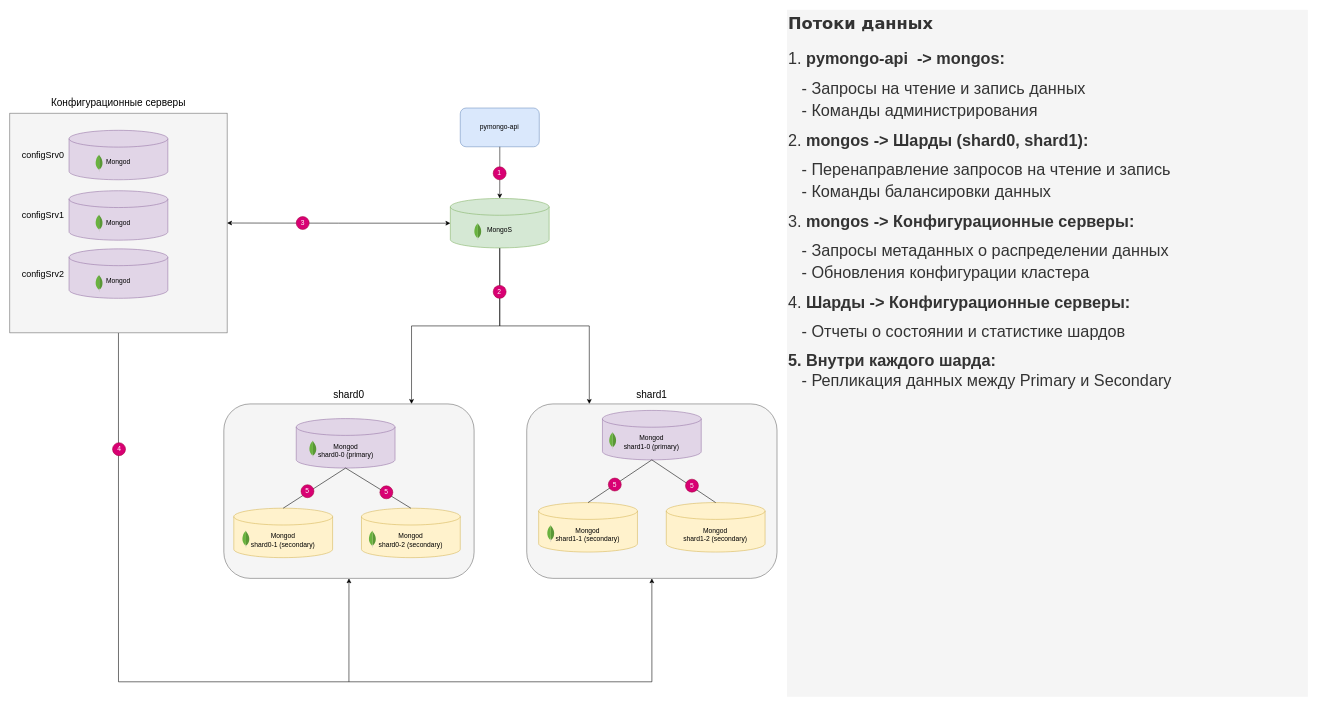
tocorin/ya_architecture-sprint-2 keeps this draw.io diagram as task1_stage_2.drawio. Above is the earlier version. Source tidied: cells renumbered, new cells numbered last; positions are measured from the earlier drawing's top-left corner, leaving out a move shared by most shapes. Both pictures are drawn from the tidied source at 56%, with x=0, y=0 at pixel (10, 10).
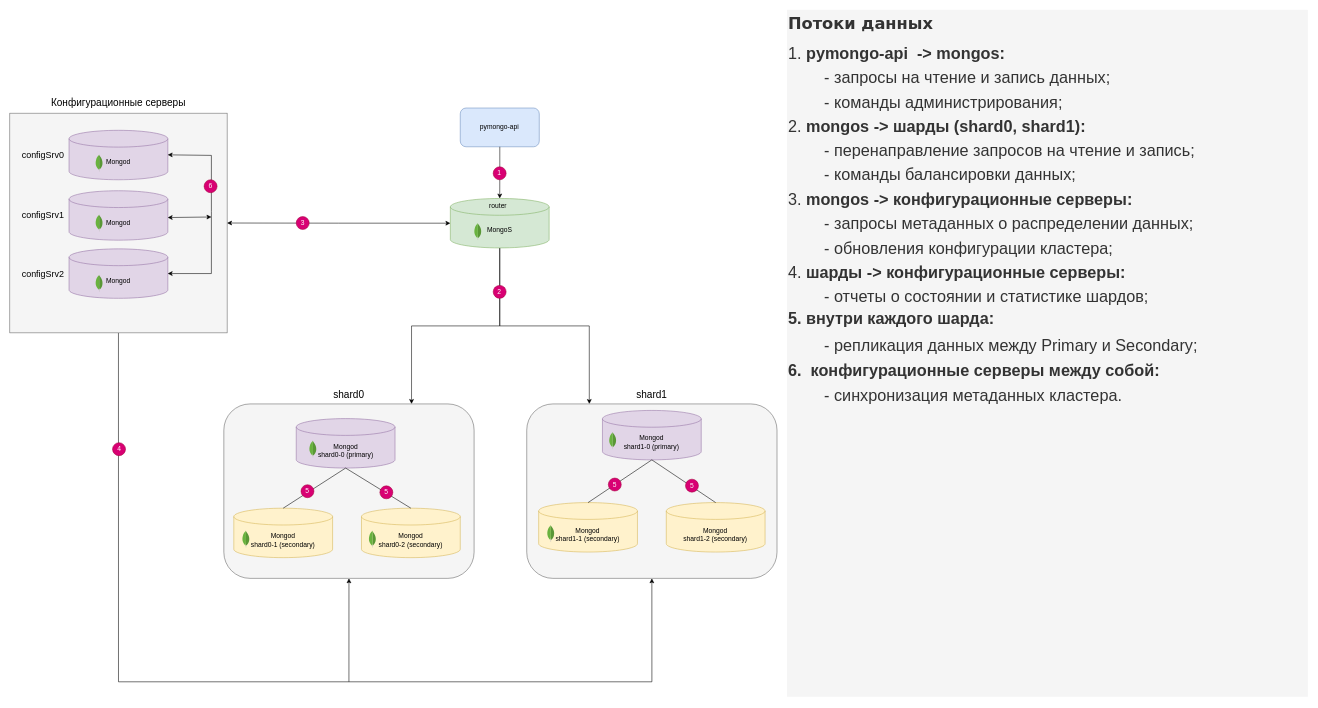
The same page after the edit.

The edit, as a diff of the source:
```diff
@@
-    <mxCell id="2" value="&lt;h1 style=&quot;margin-top: 0px; font-size: 29px;&quot;&gt;&lt;font style=&quot;font-size: 29px;&quot; face=&quot;Verdana&quot;&gt;Потоки данных&lt;/font&gt;&lt;/h1&gt;&lt;p style=&quot;font-size: 29px;&quot;&gt;&lt;font style=&quot;font-size: 29px;&quot; face=&quot;L6tmhl1reHOPJtDBh7W_&quot;&gt;1. &lt;b&gt;pymongo-api&amp;nbsp; -&amp;gt; mongos:&lt;/b&gt;&lt;/font&gt;&lt;/p&gt;&lt;p style=&quot;line-height: 40%; font-size: 29px;&quot;&gt;&lt;font style=&quot;font-size: 29px;&quot; face=&quot;L6tmhl1reHOPJtDBh7W_&quot;&gt;&amp;nbsp; &amp;nbsp;- Запросы на чтение и запись данных&lt;/font&gt;&lt;/p&gt;&lt;p style=&quot;line-height: 40%; font-size: 29px;&quot;&gt;&lt;font style=&quot;font-size: 29px;&quot; face=&quot;L6tmhl1reHOPJtDBh7W_&quot;&gt;&amp;nbsp; &amp;nbsp;- Команды администрирования&lt;/font&gt;&lt;/p&gt;&lt;p style=&quot;font-size: 29px;&quot;&gt;&lt;font style=&quot;font-size: 29px;&quot; face=&quot;L6tmhl1reHOPJtDBh7W_&quot;&gt;2. &lt;b&gt;mongos -&amp;gt; Шарды (shard0, shard1):&lt;/b&gt;&lt;/font&gt;&lt;/p&gt;&lt;p style=&quot;line-height: 40%; font-size: 29px;&quot;&gt;&lt;font style=&quot;font-size: 29px;&quot; face=&quot;L6tmhl1reHOPJtDBh7W_&quot;&gt;&amp;nbsp; &amp;nbsp;- Перенаправление запросов на чтение и запись&lt;/font&gt;&lt;/p&gt;&lt;p style=&quot;line-height: 40%; font-size: 29px;&quot;&gt;&lt;font style=&quot;font-size: 29px;&quot; face=&quot;L6tmhl1reHOPJtDBh7W_&quot;&gt;&amp;nbsp; &amp;nbsp;- Команды балансировки данных&lt;/font&gt;&lt;/p&gt;&lt;p style=&quot;font-size: 29px;&quot;&gt;&lt;font style=&quot;font-size: 29px;&quot; face=&quot;L6tmhl1reHOPJtDBh7W_&quot;&gt;&lt;span style=&quot;background-color: initial;&quot;&gt;3. &lt;b&gt;mongos -&amp;gt; Конфигурационные серверы:&lt;/b&gt;&lt;/span&gt;&lt;br&gt;&lt;/font&gt;&lt;/p&gt;&lt;p style=&quot;line-height: 40%; font-size: 29px;&quot;&gt;&lt;font style=&quot;font-size: 29px;&quot; face=&quot;L6tmhl1reHOPJtDBh7W_&quot;&gt;&amp;nbsp; &amp;nbsp;- Запросы метаданных о распределении данных&lt;/font&gt;&lt;/p&gt;&lt;p style=&quot;line-height: 40%; font-size: 29px;&quot;&gt;&lt;font style=&quot;font-size: 29px;&quot; face=&quot;L6tmhl1reHOPJtDBh7W_&quot;&gt;&amp;nbsp; &amp;nbsp;- Обновления конфигурации кластера&lt;/font&gt;&lt;/p&gt;&lt;p style=&quot;font-size: 29px;&quot;&gt;&lt;font style=&quot;font-size: 29px;&quot; face=&quot;L6tmhl1reHOPJtDBh7W_&quot;&gt;4. &lt;b&gt;Шарды -&amp;gt; Конфигурационные серверы:&lt;/b&gt;&lt;/font&gt;&lt;/p&gt;&lt;p style=&quot;line-height: 40%; font-size: 29px;&quot;&gt;&lt;font style=&quot;font-size: 29px;&quot; face=&quot;L6tmhl1reHOPJtDBh7W_&quot;&gt;&amp;nbsp; &amp;nbsp;- Отчеты о состоянии и статистике шардов&lt;/font&gt;&lt;/p&gt;&lt;p style=&quot;&quot;&gt;&lt;b&gt;&lt;font style=&quot;font-size: 29px;&quot; face=&quot;L6tmhl1reHOPJtDBh7W_&quot;&gt;5.&amp;nbsp;&lt;/font&gt;&lt;span style=&quot;background-color: initial; font-size: 29px;&quot;&gt;&lt;font face=&quot;L6tmhl1reHOPJtDBh7W_&quot;&gt;Внутри каждого шарда&lt;/font&gt;&lt;/span&gt;&lt;span style=&quot;font-size: 29px; font-family: L6tmhl1reHOPJtDBh7W_; background-color: initial;&quot;&gt;:&lt;/span&gt;&lt;/b&gt;&lt;/p&gt;&lt;p style=&quot;line-height: 11.6px;&quot;&gt;&lt;font style=&quot;&quot; face=&quot;L6tmhl1reHOPJtDBh7W_&quot;&gt;&lt;span style=&quot;font-size: 29px;&quot;&gt;&amp;nbsp; &amp;nbsp;- Репликация данных между Primary и Secondary&lt;/span&gt;&lt;br&gt;&lt;/font&gt;&lt;/p&gt;" style="text;html=1;whiteSpace=wrap;overflow=hidden;rounded=0;fillColor=#f5f5f5;strokeColor=none;fontColor=#333333;" parent="1" vertex="1">
+    <mxCell id="2" value="&lt;h1 style=&quot;margin-top: 0px; font-size: 29px;&quot;&gt;&lt;font style=&quot;font-size: 29px;&quot; face=&quot;Verdana&quot;&gt;Потоки данных&lt;/font&gt;&lt;/h1&gt;&lt;p style=&quot;font-size: 29px; line-height: 50%;&quot;&gt;&lt;font style=&quot;font-size: 29px;&quot; face=&quot;L6tmhl1reHOPJtDBh7W_&quot;&gt;1. &lt;b&gt;pymongo-api&amp;nbsp; -&amp;gt; mongos:&lt;/b&gt;&lt;/font&gt;&lt;/p&gt;&lt;p style=&quot;line-height: 50%; font-size: 29px;&quot;&gt;&lt;font style=&quot;font-size: 29px;&quot; face=&quot;L6tmhl1reHOPJtDBh7W_&quot;&gt;&lt;span style=&quot;white-space: pre;&quot;&gt;&#9;&lt;/span&gt;- запросы на чтение и запись данных;&lt;/font&gt;&lt;/p&gt;&lt;p style=&quot;line-height: 50%; font-size: 29px;&quot;&gt;&lt;font style=&quot;font-size: 29px;&quot; face=&quot;L6tmhl1reHOPJtDBh7W_&quot;&gt;&lt;span style=&quot;white-space: pre;&quot;&gt;&#9;&lt;/span&gt;- команды администрирования;&lt;/font&gt;&lt;/p&gt;&lt;p style=&quot;font-size: 29px; line-height: 50%;&quot;&gt;&lt;font style=&quot;font-size: 29px;&quot; face=&quot;L6tmhl1reHOPJtDBh7W_&quot;&gt;2. &lt;b&gt;mongos -&amp;gt; шарды (shard0, shard1):&lt;/b&gt;&lt;/font&gt;&lt;/p&gt;&lt;p style=&quot;line-height: 50%; font-size: 29px;&quot;&gt;&lt;font style=&quot;font-size: 29px;&quot; face=&quot;L6tmhl1reHOPJtDBh7W_&quot;&gt;&lt;span style=&quot;white-space: pre;&quot;&gt;&#9;&lt;/span&gt;- перенаправление запросов на чтение и запись;&lt;/font&gt;&lt;/p&gt;&lt;p style=&quot;line-height: 50%; font-size: 29px;&quot;&gt;&lt;font style=&quot;font-size: 29px;&quot; face=&quot;L6tmhl1reHOPJtDBh7W_&quot;&gt;&lt;span style=&quot;white-space: pre;&quot;&gt;&#9;&lt;/span&gt;- команды балансировки данных;&lt;/font&gt;&lt;/p&gt;&lt;p style=&quot;font-size: 29px; line-height: 50%;&quot;&gt;&lt;font style=&quot;font-size: 29px;&quot; face=&quot;L6tmhl1reHOPJtDBh7W_&quot;&gt;&lt;span style=&quot;background-color: initial;&quot;&gt;3. &lt;b&gt;mongos -&amp;gt; конфигурационные серверы:&lt;/b&gt;&lt;/span&gt;&lt;br&gt;&lt;/font&gt;&lt;/p&gt;&lt;p style=&quot;line-height: 50%; font-size: 29px;&quot;&gt;&lt;font style=&quot;font-size: 29px;&quot; face=&quot;L6tmhl1reHOPJtDBh7W_&quot;&gt;&lt;span style=&quot;white-space: pre;&quot;&gt;&#9;&lt;/span&gt;- запросы метаданных о распределении данных;&lt;/font&gt;&lt;/p&gt;&lt;p style=&quot;line-height: 50%; font-size: 29px;&quot;&gt;&lt;font style=&quot;font-size: 29px;&quot; face=&quot;L6tmhl1reHOPJtDBh7W_&quot;&gt;&lt;span style=&quot;white-space: pre;&quot;&gt;&#9;&lt;/span&gt;- обновления конфигурации кластера;&lt;/font&gt;&lt;/p&gt;&lt;p style=&quot;font-size: 29px; line-height: 50%;&quot;&gt;&lt;font style=&quot;font-size: 29px;&quot; face=&quot;L6tmhl1reHOPJtDBh7W_&quot;&gt;4. &lt;b&gt;шарды -&amp;gt; конфигурационные серверы:&lt;/b&gt;&lt;/font&gt;&lt;/p&gt;&lt;p style=&quot;line-height: 50%; font-size: 29px;&quot;&gt;&lt;font style=&quot;font-size: 29px;&quot; face=&quot;L6tmhl1reHOPJtDBh7W_&quot;&gt;&lt;span style=&quot;white-space: pre;&quot;&gt;&#9;&lt;/span&gt;- отчеты о состоянии и статистике шардов;&lt;/font&gt;&lt;/p&gt;&lt;p style=&quot;line-height: 50%;&quot;&gt;&lt;b&gt;&lt;font style=&quot;font-size: 29px;&quot; face=&quot;L6tmhl1reHOPJtDBh7W_&quot;&gt;5. в&lt;/font&gt;&lt;span style=&quot;background-color: initial; font-size: 29px;&quot;&gt;&lt;font face=&quot;L6tmhl1reHOPJtDBh7W_&quot;&gt;нутри каждого шарда&lt;/font&gt;&lt;/span&gt;&lt;span style=&quot;font-size: 29px; font-family: L6tmhl1reHOPJtDBh7W_; background-color: initial;&quot;&gt;:&lt;/span&gt;&lt;/b&gt;&lt;/p&gt;&lt;p style=&quot;line-height: 50%;&quot;&gt;&lt;b&gt;&lt;span style=&quot;font-size: 29px; font-family: L6tmhl1reHOPJtDBh7W_; background-color: initial;&quot;&gt;&lt;br&gt;&lt;/span&gt;&lt;/b&gt;&lt;/p&gt;&lt;p style=&quot;line-height: 50%;&quot;&gt;&lt;font style=&quot;&quot; face=&quot;L6tmhl1reHOPJtDBh7W_&quot;&gt;&lt;span style=&quot;font-size: 29px;&quot;&gt;&lt;span style=&quot;white-space: pre;&quot;&gt;&#9;&lt;/span&gt;- репликация данных между Primary и Secondary;&lt;/span&gt;&lt;br&gt;&lt;/font&gt;&lt;/p&gt;&lt;p style=&quot;line-height: 50%; font-size: 29px;&quot;&gt;&lt;span style=&quot;font-family: Dj_tqtFKRIqxudUfva3N; background-color: initial;&quot;&gt;&lt;b&gt;6.&amp;nbsp; конфигурационные серверы между собой:&lt;/b&gt;&lt;/span&gt;&lt;br&gt;&lt;/p&gt;&lt;p style=&quot;line-height: 50%; font-size: 29px;&quot;&gt;&lt;/p&gt;&lt;p style=&quot;line-height: 50%; font-size: 29px;&quot;&gt;&lt;font face=&quot;Dj_tqtFKRIqxudUfva3N&quot;&gt;&lt;span style=&quot;white-space: pre;&quot;&gt;&#9;&lt;/span&gt;- cинхронизация метаданных кластера.&lt;/font&gt;&lt;/p&gt;" style="text;html=1;whiteSpace=wrap;overflow=hidden;rounded=0;fillColor=#f5f5f5;strokeColor=none;fontColor=#333333;" parent="1" vertex="1">
       <mxGeometry x="1388" width="930" height="1226.8" as="geometry" />
     </mxCell>
@@
+    <mxCell id="52" style="endArrow=classic;startArrow=classic;html=1;rounded=0;exitX=1;exitY=0.5;exitDx=0;exitDy=0;exitPerimeter=0;entryX=1;entryY=0.5;entryDx=0;entryDy=0;entryPerimeter=0;" parent="1" edge="1">
+      <mxGeometry relative="1" as="geometry">
+        <mxPoint x="282" y="471" as="sourcePoint" />
+        <mxPoint x="282" y="259" as="targetPoint" />
+        <Array as="points">
+          <mxPoint x="360" y="471" />
+          <mxPoint x="360" y="360" />
+          <mxPoint x="360" y="260" />
+        </Array>
+      </mxGeometry>
+    </mxCell>
+    <mxCell id="53" style="endArrow=classic;html=1;rounded=0;exitX=0.999;exitY=0.538;exitDx=0;exitDy=0;exitPerimeter=0;startArrow=classic;startFill=1;endFill=1;" parent="1" edge="1">
+      <mxGeometry relative="1" as="geometry">
+        <mxPoint x="282" y="371" as="sourcePoint" />
+        <mxPoint x="360" y="370" as="targetPoint" />
+      </mxGeometry>
+    </mxCell>
+    <mxCell id="54" value="6" style="ellipse;whiteSpace=wrap;html=1;fillColor=#d80073;fontColor=#ffffff;strokeColor=#A50040;" parent="1" vertex="1">
+      <mxGeometry x="347" y="303.5" width="23.1" height="23.1" as="geometry" />
+    </mxCell>
+    <mxCell id="55" value="router" style="text;html=1;align=center;verticalAlign=middle;whiteSpace=wrap;rounded=0;" parent="1" vertex="1">
+      <mxGeometry x="842.2" y="335.5" width="60" height="30" as="geometry" />
+    </mxCell>
```
